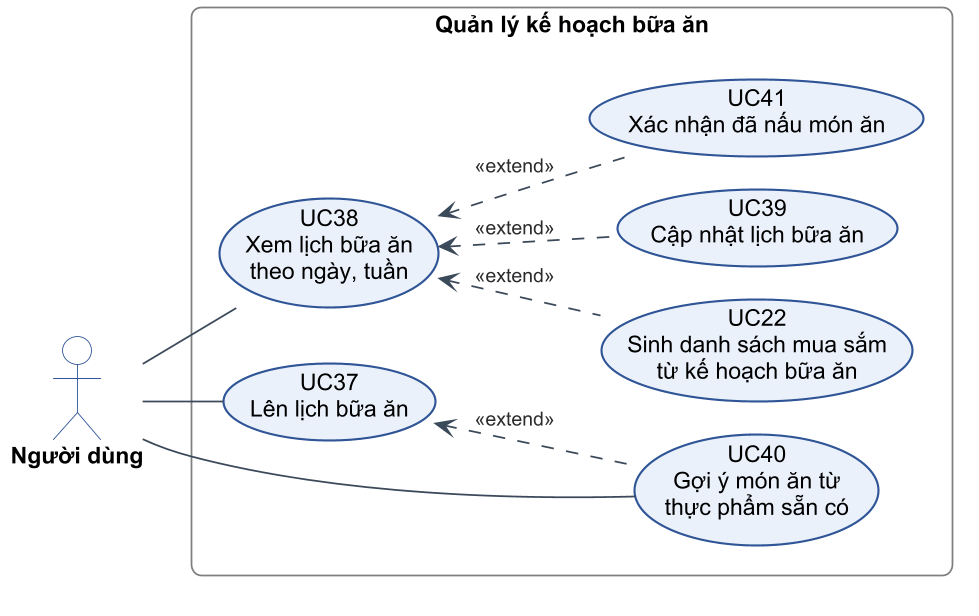
Above: figures/diagrams/c2-14-uc-ke-hoach.png in PhucNguyen204/report-project (PlantUML), before the change. Its diagram source:
```plantuml
@startuml c2-14-uc-ke-hoach
!include _style.iuml
left to right direction

actor "Người dùng" as U

rectangle "Quản lý kế hoạch bữa ăn" as B {
  usecase "UC37\nLên lịch bữa ăn" as UC37
  usecase "UC40\nGợi ý món ăn từ\nthực phẩm sẵn có" as UC40
  usecase "UC38\nXem lịch bữa ăn\ntheo ngày, tuần" as UC38
  usecase "UC39\nCập nhật lịch bữa ăn" as UC39
  usecase "UC41\nXác nhận đã nấu món ăn" as UC41
  usecase "UC22\nSinh danh sách mua sắm\ntừ kế hoạch bữa ăn" as UC22
}

U -- UC37
U -- UC40
U -- UC38
UC37 <.[norank]. UC40 : <<extend>>
UC38 <.. UC39 : <<extend>>
UC38 <.. UC41 : <<extend>>
UC38 <.. UC22 : <<extend>>
@enduml
```
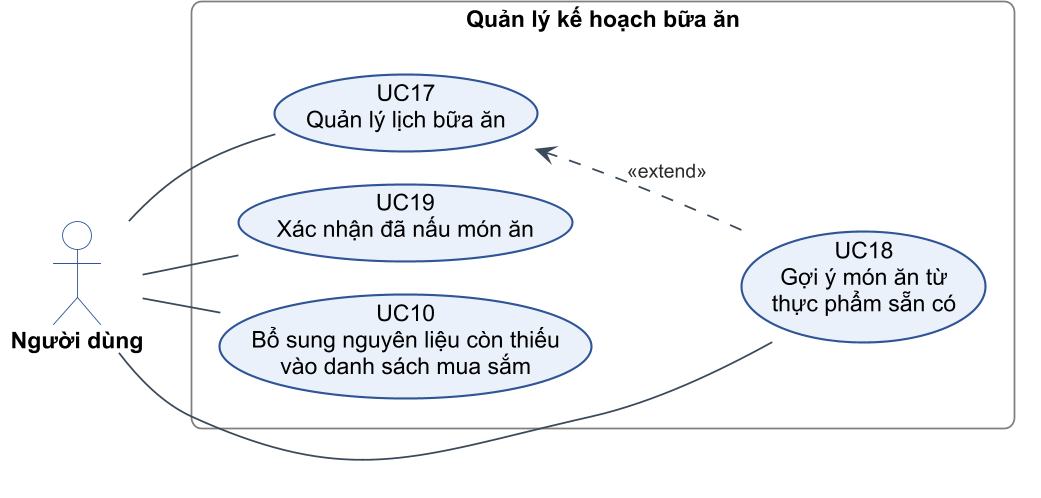
Later version of the same file.

What changed in the source:
```diff
@@ -5,19 +5,15 @@
 actor "Người dùng" as U
 
 rectangle "Quản lý kế hoạch bữa ăn" as B {
-  usecase "UC37\nLên lịch bữa ăn" as UC37
-  usecase "UC40\nGợi ý món ăn từ\nthực phẩm sẵn có" as UC40
-  usecase "UC38\nXem lịch bữa ăn\ntheo ngày, tuần" as UC38
-  usecase "UC39\nCập nhật lịch bữa ăn" as UC39
-  usecase "UC41\nXác nhận đã nấu món ăn" as UC41
-  usecase "UC22\nSinh danh sách mua sắm\ntừ kế hoạch bữa ăn" as UC22
+  usecase "UC17\nQuản lý lịch bữa ăn" as UC17
+  usecase "UC18\nGợi ý món ăn từ\nthực phẩm sẵn có" as UC18
+  usecase "UC19\nXác nhận đã nấu món ăn" as UC19
+  usecase "UC10\nBổ sung nguyên liệu còn thiếu\nvào danh sách mua sắm" as UC10
 }
 
-U -- UC37
-U -- UC40
-U -- UC38
-UC37 <.[norank]. UC40 : <<extend>>
-UC38 <.. UC39 : <<extend>>
-UC38 <.. UC41 : <<extend>>
-UC38 <.. UC22 : <<extend>>
+U -- UC17
+U -- UC18
+U -- UC19
+U -- UC10
+UC17 <.[norank]. UC18 : <<extend>>
 @enduml
```
